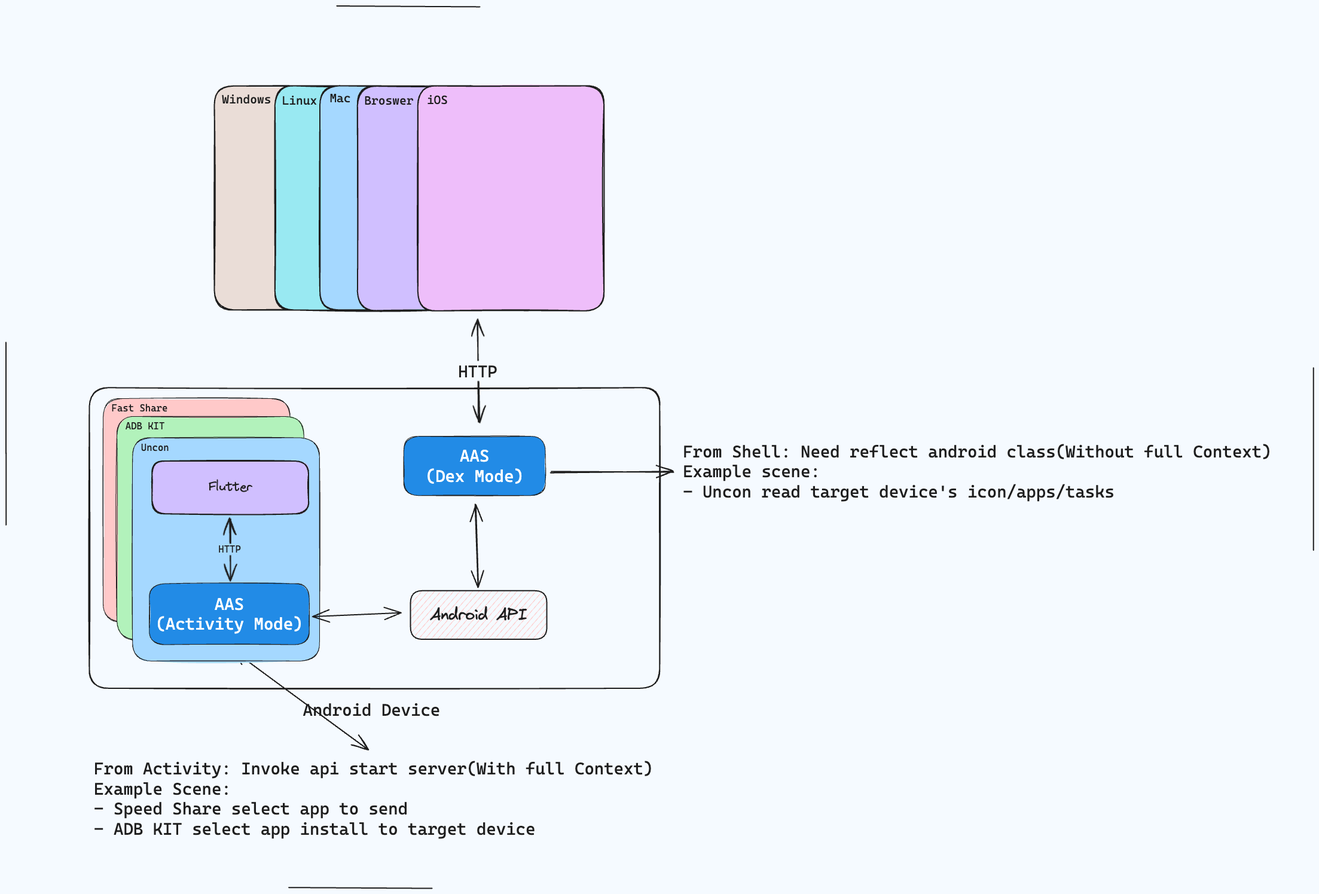
Before: docs/applib.excalidraw.png, a diagram exported from Excalidraw (nightmare-space/applib). Source tidied: one line per element, renumbered; positions are measured from the earlier drawing's top-left corner, leaving out a move shared by most shapes.
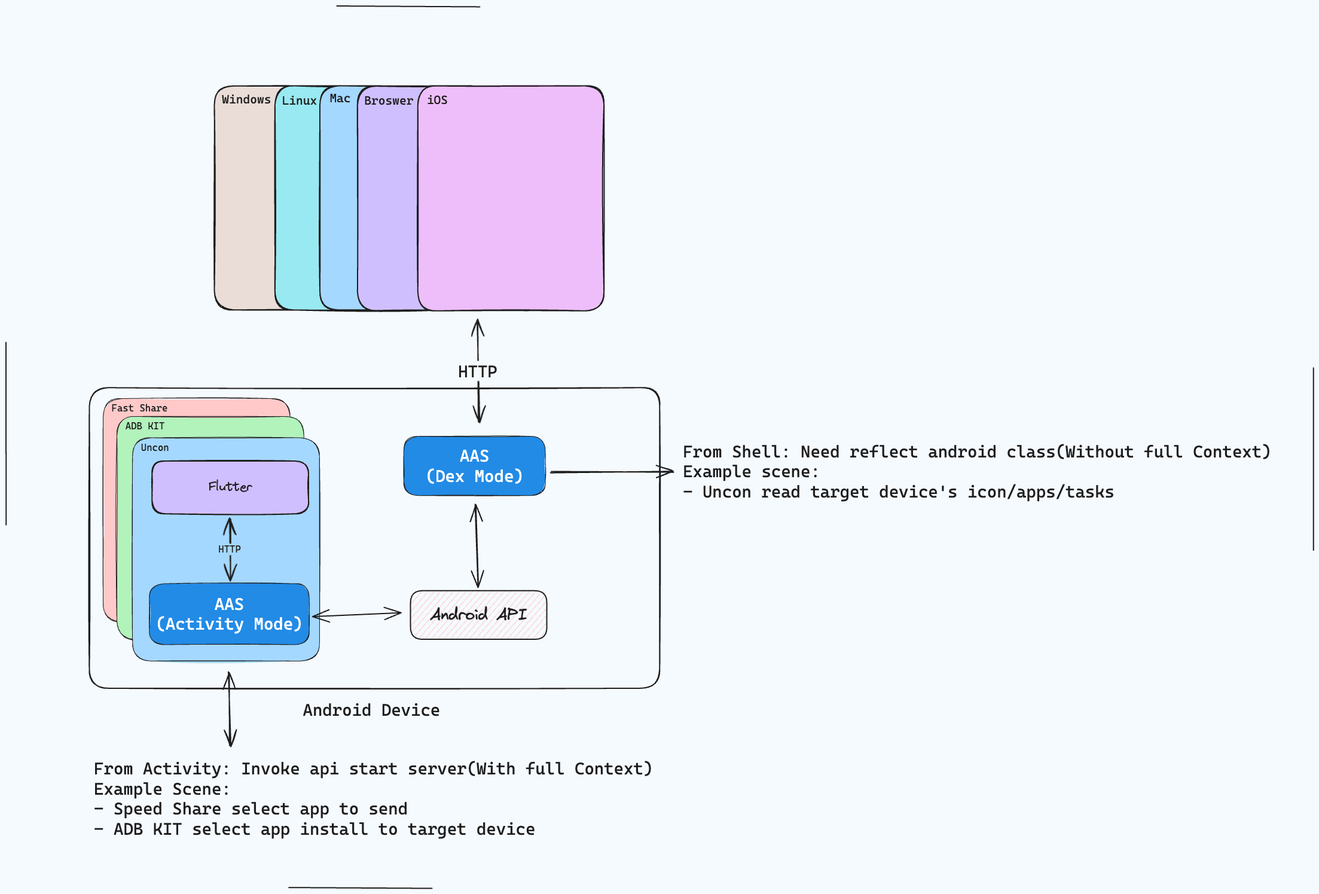
The same file after the commit.

Change to the diagram source:
```diff
@@ -10,7 +10,7 @@
 {"id": 9, "type": "text", "text": "Android Device", "strokeColor": "#1e1e1e", "strokeWidth": 2, "roughness": 1, "fontSize": 28, "fontFamily": 3, "x": 497, "y": 1160, "width": 230, "height": 34}
 {"id": 10, "type": "arrow", "strokeColor": "#1e1e1e", "backgroundColor": "#a5d8ff", "fillStyle": "hachure", "strokeWidth": 2, "roughness": 1, "startArrowhead": "arrow", "endArrowhead": "arrow", "round": true, "from": 35, "to": 24, "x": 787, "y": 524, "width": 3, "height": 172, "points": [[0, 0], [3, 172]]}
 {"id": 11, "type": "text", "text": "HTTP", "strokeColor": "#1e1e1e", "backgroundColor": "#a5d8ff", "fillStyle": "solid", "strokeWidth": 2, "roughness": 1, "fontSize": 28, "fontFamily": 3, "textAlign": "center", "verticalAlign": "middle", "inside": 10, "x": 670, "y": 494, "width": 66, "height": 34}
-{"id": 12, "type": "arrow", "strokeColor": "#1e1e1e", "backgroundColor": "#a5d8ff", "fillStyle": "hachure", "strokeWidth": 2, "roughness": 1, "startArrowhead": "arrow", "endArrowhead": "arrow", "round": true, "from": 19, "to": 13, "x": 377, "y": 1076, "width": 228, "height": 166, "points": [[0, 0], [228, 166]]}
+{"id": 12, "type": "arrow", "strokeColor": "#1e1e1e", "backgroundColor": "#a5d8ff", "fillStyle": "hachure", "strokeWidth": 2, "roughness": 1, "startArrowhead": "arrow", "endArrowhead": "arrow", "round": true, "from": 15, "to": 13, "x": 373, "y": 1115, "width": 2, "height": 122, "points": [[0, 0], [2, 122]]}
 {"id": 13, "type": "text", "text": "From Activity: Invoke api start server(With full Context)\nExample Scene: \n- Speed Share select app to send\n- ADB KIT select app install to target device", "strokeColor": "#1e1e1e", "strokeWidth": 2, "roughness": 1, "fontSize": 28, "fontFamily": 3, "x": 147, "y": 1259, "width": 935, "height": 134}
 {"id": 14, "type": "text", "text": "From Shell: Need reflect android class(Without full Context)\nExample scene:\n- Uncon read target device's icon/apps/tasks", "strokeColor": "#1e1e1e", "strokeWidth": 2, "roughness": 1, "fontSize": 28, "fontFamily": 3, "x": 1132, "y": 728, "width": 984, "height": 101}
 {"id": 15, "type": "rectangle", "strokeColor": "#1e1e1e", "backgroundColor": "#a5d8ff", "fillStyle": "solid", "strokeWidth": 1, "roughness": 1, "round": true, "x": 212, "y": 722, "width": 313, "height": 373}
```
